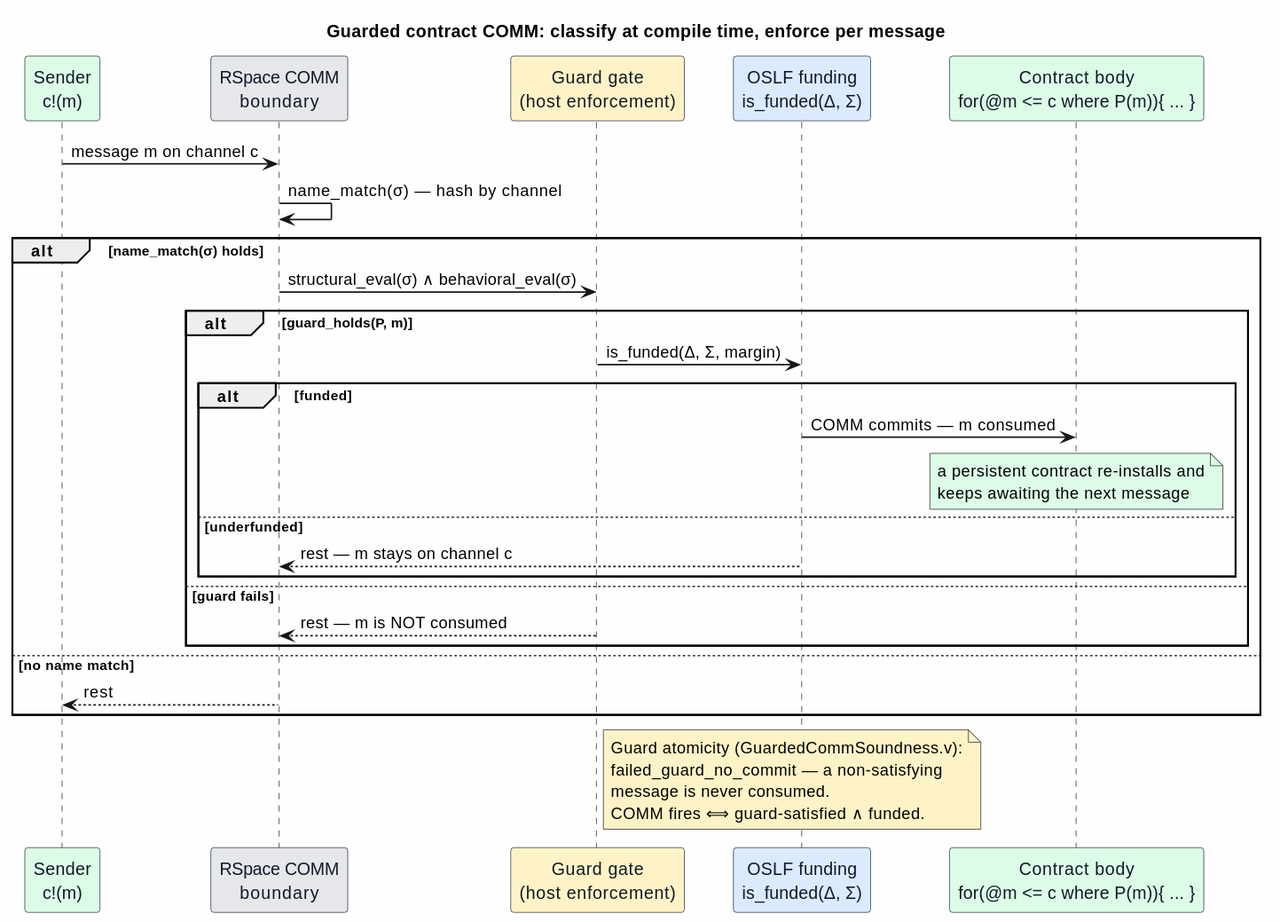
Earlier version of the PlantUML export docs/architecture/semantic-predicates/figures/16-guarded-contract-comm.svg (F1R3FLY-io/mettail-rust).
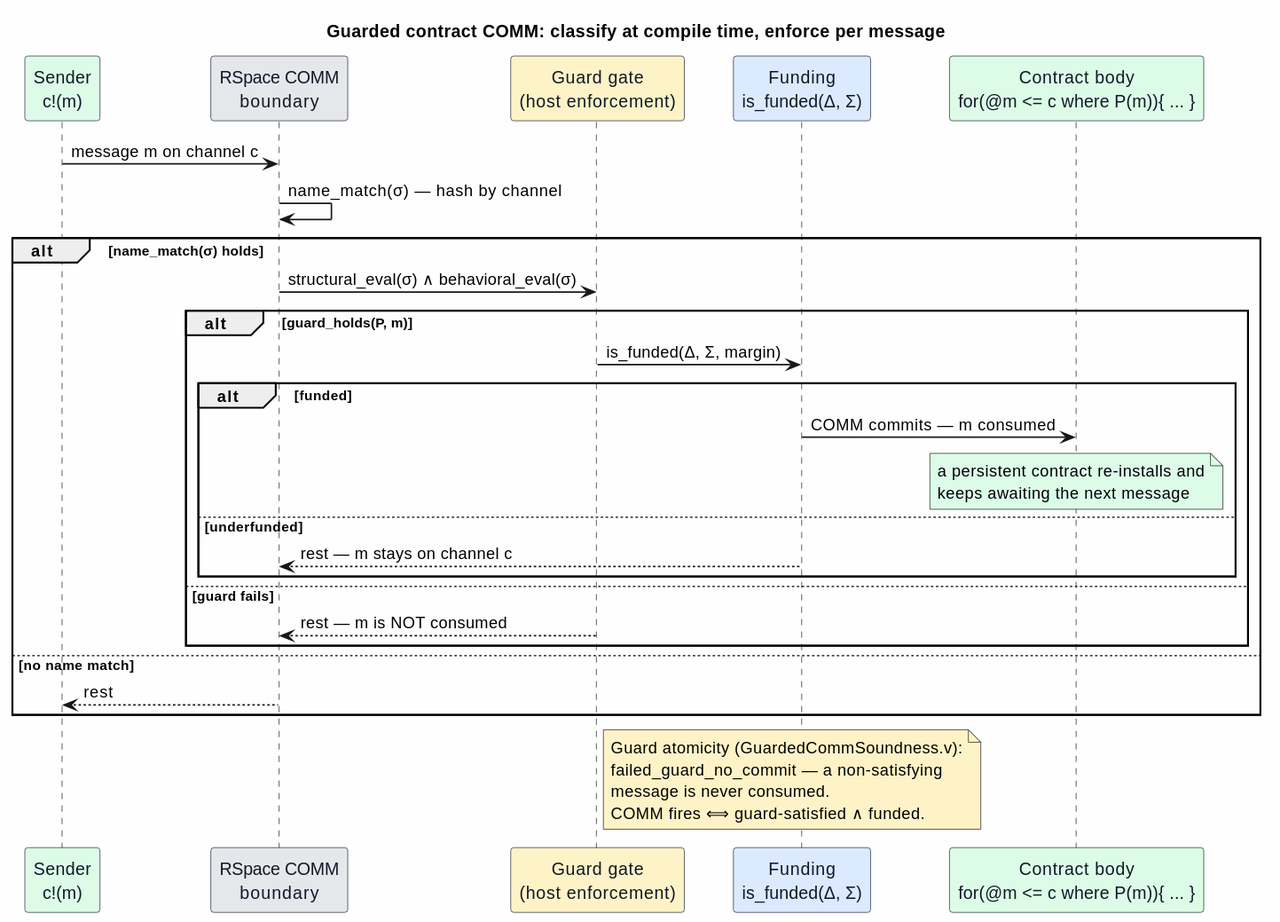
After the change.

What changed in the source:
```diff
@@ -10,7 +10,7 @@
 participant "Sender\nc!(m)" as S #DCFCE7
 participant "RSpace COMM\nboundary" as R #E5E7EB
 participant "Guard gate\n(host enforcement)" as G #FEF3C7
-participant "OSLF funding\nis_funded(Δ, Σ)" as O #DBEAFE
+participant "Funding\nis_funded(Δ, Σ)" as O #DBEAFE
 participant "Contract body\nfor(@m <= c where P(m)){ ... }" as C #DCFCE7
 
 S -> R : message m on channel c
```
